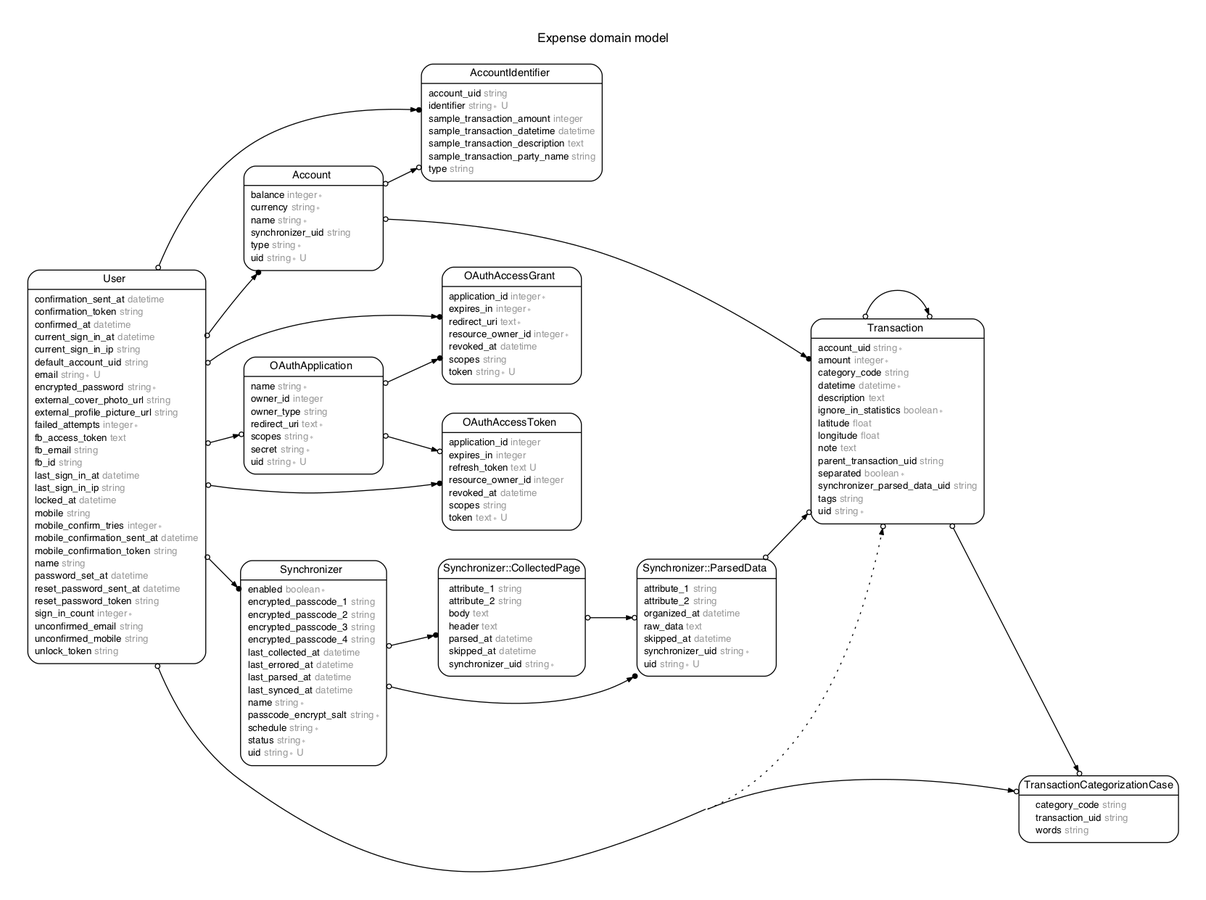
This is erd.png from expenture/Expense, a Graphviz export, as it was before one commit. Its source is kept beside it as erd.dot.
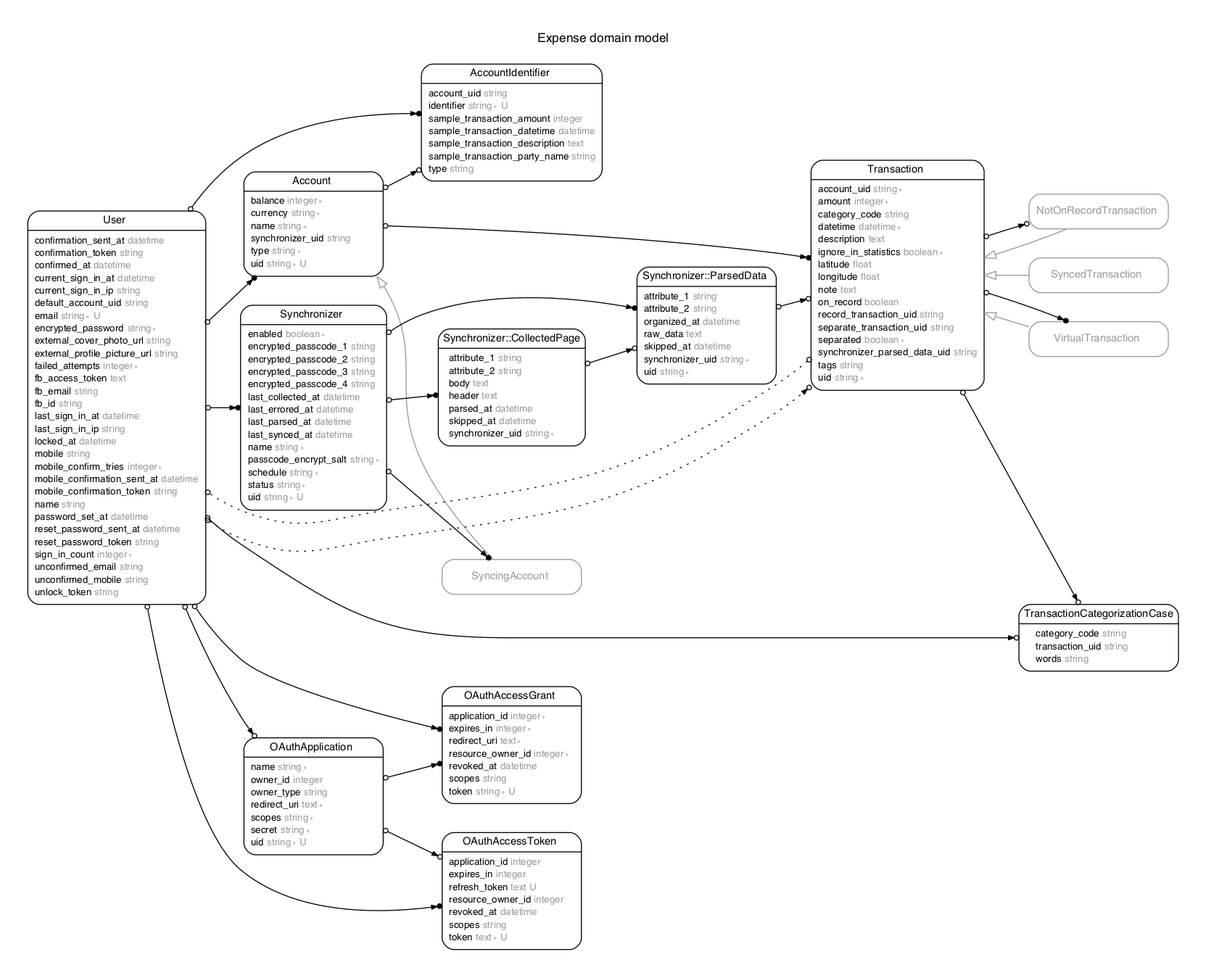
The same file after the commit.

Change to the diagram source:
```diff
@@ -4,7 +4,7 @@
 nodesep = "0.4";
 pad = "0.4,0.4";
 margin = "0,0";
-concentrate = "true";
+concentrate = "false";
 labelloc = "t";
 fontsize = "13";
 fontname = "Arial BoldMT";
@@ -36,6 +36,10 @@
   <tr><td align="left" width="130" port="sample_transaction_description">sample_transaction_description <font face="Arial ItalicMT" color="grey60">text</font></td></tr>
   <tr><td align="left" width="130" port="sample_transaction_party_name">sample_transaction_party_name <font face="Arial ItalicMT" color="grey60">string</font></td></tr>
   <tr><td align="left" width="130" port="type">type <font face="Arial ItalicMT" color="grey60">string</font></td></tr>
+</table>
+>];
+m_NotOnRecordTransaction [color = "grey60", fontcolor = "grey60", label = <<table border="0" align="center" cellspacing="0.5" cellpadding="0" width="134">
+  <tr><td align="center" valign="bottom" width="130"><font face="Arial BoldMT" point-size="11">NotOnRecordTransaction</font></td></tr>
 </table>
 >];
 m_OAuthAccessGrant [label = <<table border="0" align="center" cellspacing="0.5" cellpadding="0" width="134">
@@ -78,6 +82,10 @@
   <tr><td align="left" width="130" port="scopes">scopes <font face="Arial ItalicMT" color="grey60">string ∗</font></td></tr>
   <tr><td align="left" width="130" port="secret">secret <font face="Arial ItalicMT" color="grey60">string ∗</font></td></tr>
   <tr><td align="left" width="130" port="uid">uid <font face="Arial ItalicMT" color="grey60">string ∗ U</font></td></tr>
+</table>
+>];
+m_SyncedTransaction [color = "grey60", fontcolor = "grey60", label = <<table border="0" align="center" cellspacing="0.5" cellpadding="0" width="134">
+  <tr><td align="center" valign="bottom" width="130"><font face="Arial BoldMT" point-size="11">SyncedTransaction</font></td></tr>
 </table>
 >];
 m_Synchronizer [label = <<table border="0" align="center" cellspacing="0.5" cellpadding="0" width="134">
@@ -126,7 +134,11 @@
   <tr><td align="left" width="130" port="raw_data">raw_data <font face="Arial ItalicMT" color="grey60">text</font></td></tr>
   <tr><td align="left" width="130" port="skipped_at">skipped_at <font face="Arial ItalicMT" color="grey60">datetime</font></td></tr>
   <tr><td align="left" width="130" port="synchronizer_uid">synchronizer_uid <font face="Arial ItalicMT" color="grey60">string ∗</font></td></tr>
-  <tr><td align="left" width="130" port="uid">uid <font face="Arial ItalicMT" color="grey60">string ∗ U</font></td></tr>
+  <tr><td align="left" width="130" port="uid">uid <font face="Arial ItalicMT" color="grey60">string ∗</font></td></tr>
+</table>
+>];
+m_SyncingAccount [color = "grey60", fontcolor = "grey60", label = <<table border="0" align="center" cellspacing="0.5" cellpadding="0" width="134">
+  <tr><td align="center" valign="bottom" width="130"><font face="Arial BoldMT" point-size="11">SyncingAccount</font></td></tr>
 </table>
 >];
 m_Transaction [label = <<table border="0" align="center" cellspacing="0.5" cellpadding="0" width="134">
@@ -143,7 +155,9 @@
   <tr><td align="left" width="130" port="latitude">latitude <font face="Arial ItalicMT" color="grey60">float</font></td></tr>
   <tr><td align="left" width="130" port="longitude">longitude <font face="Arial ItalicMT" color="grey60">float</font></td></tr>
   <tr><td align="left" width="130" port="note">note <font face="Arial ItalicMT" color="grey60">text</font></td></tr>
-  <tr><td align="left" width="130" port="parent_transaction_uid">parent_transaction_uid <font face="Arial ItalicMT" color="grey60">string</font></td></tr>
+  <tr><td align="left" width="130" port="on_record">on_record <font face="Arial ItalicMT" color="grey60">boolean</font></td></tr>
+  <tr><td align="left" width="130" port="record_transaction_uid">record_transaction_uid <font face="Arial ItalicMT" color="grey60">string</font></td></tr>
+  <tr><td align="left" width="130" port="separate_transaction_uid">separate_transaction_uid <font face="Arial ItalicMT" color="grey60">string</font></td></tr>
   <tr><td align="left" width="130" port="separated">separated <font face="Arial ItalicMT" color="grey60">boolean ∗</font></td></tr>
   <tr><td align="left" width="130" port="synchronizer_parsed_data_uid">synchronizer_parsed_data_uid <font face="Arial ItalicMT" color="grey60">string</font></td></tr>
   <tr><td align="left" width="130" port="tags">tags <font face="Arial ItalicMT" color="grey60">string</font></td></tr>
@@ -196,6 +210,14 @@
   <tr><td align="left" width="130" port="unlock_token">unlock_token <font face="Arial ItalicMT" color="grey60">string</font></td></tr>
 </table>
 >];
+m_VirtualTransaction [color = "grey60", fontcolor = "grey60", label = <<table border="0" align="center" cellspacing="0.5" cellpadding="0" width="134">
+  <tr><td align="center" valign="bottom" width="130"><font face="Arial BoldMT" point-size="11">VirtualTransaction</font></td></tr>
+</table>
+>];
+  m_Account -> m_SyncingAccount [color = "grey60", arrowtail = "onormal", arrowhead = "none", arrowsize = "1.2"];
+  m_Transaction -> m_NotOnRecordTransaction [color = "grey60", arrowtail = "onormal", arrowhead = "none", arrowsize = "1.2"];
+  m_Transaction -> m_SyncedTransaction [color = "grey60", arrowtail = "onormal", arrowhead = "none", arrowsize = "1.2"];
+  m_Transaction -> m_VirtualTransaction [color = "grey60", arrowtail = "onormal", arrowhead = "none", arrowsize = "1.2"];
   m_User -> m_OAuthAccessGrant [arrowsize = "0.6", arrowhead = "dotnormal", arrowtail = "odot", weight = "1"];
   m_OAuthApplication -> m_OAuthAccessGrant [arrowsize = "0.6", arrowhead = "dotnormal", arrowtail = "odot", weight = "2"];
   m_User -> m_OAuthAccessToken [arrowsize = "0.6", arrowhead = "dotnormal", arrowtail = "odot", weight = "1"];
@@ -206,12 +228,15 @@
   m_User -> m_TransactionCategorizationCase [arrowsize = "0.6", arrowhead = "odotnormal", arrowtail = "odot", weight = "2"];
   m_User -> m_Synchronizer [arrowsize = "0.6", arrowhead = "dotnormal", arrowtail = "odot", weight = "4"];
   m_User -> m_AccountIdentifier [arrowsize = "0.6", arrowhead = "dotnormal", arrowtail = "odot", weight = "2"];
-  m_Account -> m_Transaction [arrowsize = "0.6", arrowhead = "dotnormal", arrowtail = "odot", weight = "4"];
+  m_Account -> m_Transaction [arrowsize = "0.6", arrowhead = "dotnormal", arrowtail = "odot", weight = "6"];
   m_Account -> m_AccountIdentifier [arrowsize = "0.6", arrowhead = "odotnormal", arrowtail = "odot", weight = "3"];
-  m_Transaction -> m_Transaction [arrowsize = "0.6", arrowhead = "odotnormal", arrowtail = "odot", weight = "4"];
-  "m_Synchronizer::ParsedData" -> m_Transaction [arrowsize = "0.6", arrowhead = "odotnormal", arrowtail = "odot", weight = "3"];
+  m_Transaction -> m_User [style = "dotted", arrowsize = "0.6", arrowhead = "odot", arrowtail = "odot", weight = "4", constraint = "false"];
+  m_Transaction -> m_VirtualTransaction [arrowsize = "0.6", arrowhead = "dotnormal", arrowtail = "odot", weight = "5"];
+  m_Transaction -> m_NotOnRecordTransaction [arrowsize = "0.6", arrowhead = "odotnormal", arrowtail = "odot", weight = "5"];
+  "m_Synchronizer::ParsedData" -> m_Transaction [arrowsize = "0.6", arrowhead = "odotnormal", arrowtail = "odot", weight = "5"];
   m_Synchronizer -> "m_Synchronizer::CollectedPage" [arrowsize = "0.6", arrowhead = "dotnormal", arrowtail = "odot", weight = "4"];
   m_Synchronizer -> "m_Synchronizer::ParsedData" [arrowsize = "0.6", arrowhead = "dotnormal", arrowtail = "odot", weight = "4"];
+  m_Synchronizer -> m_SyncingAccount [arrowsize = "0.6", arrowhead = "dotnormal", arrowtail = "odot", weight = "4"];
   "m_Synchronizer::CollectedPage" -> "m_Synchronizer::ParsedData" [arrowsize = "0.6", arrowhead = "odotnormal", arrowtail = "odot", weight = "2"];
   m_Transaction -> m_TransactionCategorizationCase [arrowsize = "0.6", arrowhead = "odotnormal", arrowtail = "odot", weight = "1"];
 }
```
